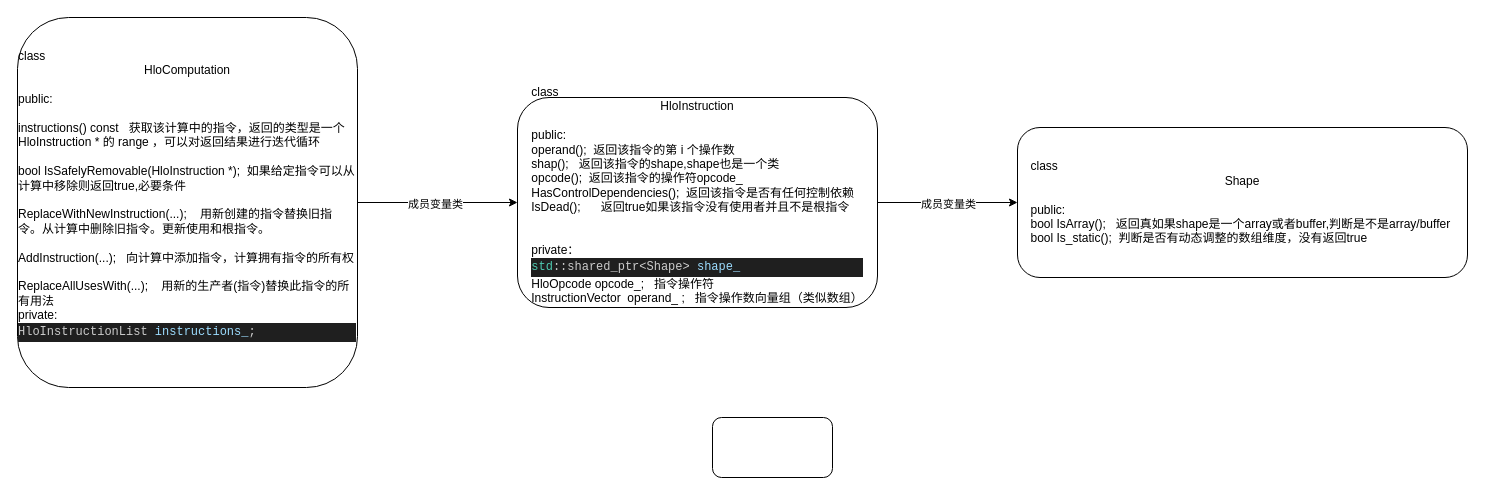
This is HloComputation类关系图.drawio from shijiandeliushi/xla, a draw.io file, before an edit. Source tidied: cells renumbered, new cells numbered last; positions are measured from the earlier drawing's top-left corner, leaving out a move shared by most shapes. Both pictures are drawn from the tidied source at 100%, with x=0, y=0 at pixel (17, 17).
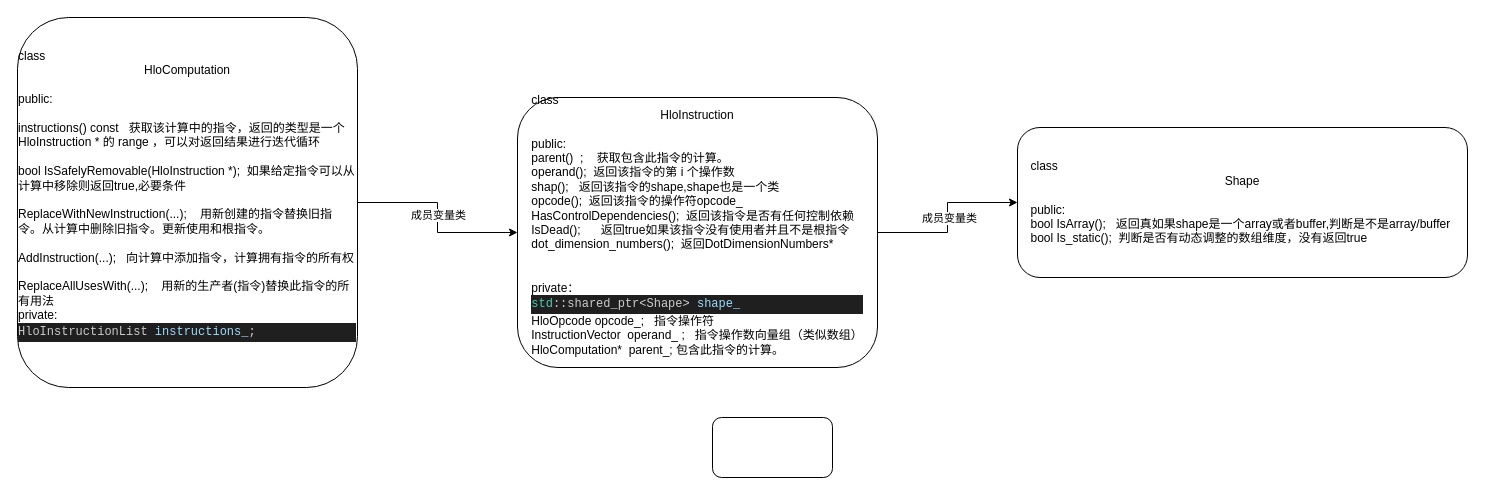
The same diagram, later.

What changed in the source:
```diff
@@
 <mxGraphModel>
   <root>
     <mxCell id="0" />
     <mxCell id="1" parent="0" />
     <mxCell id="2" style="edgeStyle=orthogonalEdgeStyle;rounded=0;jettySize=auto;html=1;entryX=0;entryY=0.5;entryDx=0;entryDy=0;" parent="1" edge="1" source="4" target="9">
       <mxGeometry relative="1" as="geometry" />
     </mxCell>
     <mxCell id="3" value="成员变量类" style="edgeLabel;html=1;align=center;verticalAlign=middle;" parent="2" vertex="1">
       <mxGeometry y="-1" relative="1" as="geometry" />
     </mxCell>
-    <mxCell id="4" value="&lt;div style=&quot;text-align: left;&quot;&gt;&lt;span style=&quot;background-color: transparent; color: light-dark(rgb(0, 0, 0), rgb(255, 255, 255));&quot;&gt;class&lt;/span&gt;&lt;/div&gt;&lt;div&gt;HloInstruction&lt;/div&gt;&lt;div&gt;&lt;br&gt;&lt;/div&gt;&lt;div style=&quot;text-align: left;&quot;&gt;public:&lt;/div&gt;&lt;div style=&quot;text-align: left;&quot;&gt;operand();&amp;nbsp; 返回该指令的第 i 个操作数&lt;/div&gt;&lt;div style=&quot;text-align: left;&quot;&gt;shap();&amp;nbsp; &amp;nbsp;返回该指令的shape,shape也是一个类&lt;/div&gt;&lt;div style=&quot;text-align: left;&quot;&gt;opcode();&amp;nbsp; 返回该指令的操作符opcode_&lt;/div&gt;&lt;div style=&quot;text-align: left;&quot;&gt;HasControlDependencies();&amp;nbsp; 返回该指令是否有任何控制依赖&lt;/div&gt;&lt;div style=&quot;text-align: left;&quot;&gt;IsDead();&amp;nbsp; &amp;nbsp; &amp;nbsp; 返回true如果该指令没有使用者并且不是根指令&lt;/div&gt;&lt;div style=&quot;text-align: left;&quot;&gt;&lt;br&gt;&lt;/div&gt;&lt;div style=&quot;text-align: left;&quot;&gt;&lt;br&gt;&lt;/div&gt;&lt;div style=&quot;text-align: left;&quot;&gt;private：&lt;/div&gt;&lt;div style=&quot;text-align: left;&quot;&gt;&lt;div style=&quot;color: rgb(204, 204, 204); background-color: rgb(31, 31, 31); font-family: &amp;quot;Droid Sans Mono&amp;quot;, monospace; line-height: 19px; white-space: pre;&quot;&gt;&lt;font style=&quot;font-size: 12px;&quot;&gt;&lt;span style=&quot;color: rgb(78, 201, 176);&quot;&gt;std&lt;/span&gt;::shared_ptr&lt;span style=&quot;color: rgb(212, 212, 212);&quot;&gt;&amp;lt;&lt;/span&gt;Shape&lt;span style=&quot;color: rgb(212, 212, 212);&quot;&gt;&amp;gt;&lt;/span&gt; &lt;span style=&quot;color: rgb(156, 220, 254);&quot;&gt;shape_&lt;/span&gt;&lt;/font&gt;&lt;/div&gt;&lt;/div&gt;&lt;div style=&quot;text-align: left;&quot;&gt;HloOpcode opcode_;&amp;nbsp; &amp;nbsp;指令操作符&lt;/div&gt;&lt;div style=&quot;text-align: left;&quot;&gt;InstructionVector&amp;nbsp; operand_ ;&amp;nbsp; &amp;nbsp;指令操作数向量组（类似数组）&lt;/div&gt;&lt;div style=&quot;text-align: left;&quot;&gt;&lt;br&gt;&lt;/div&gt;" style="rounded=1;whiteSpace=wrap;html=1;" parent="1" vertex="1">
-      <mxGeometry x="500" y="80" width="360" height="210" as="geometry" />
+    <mxCell id="4" value="&lt;div style=&quot;text-align: left;&quot;&gt;&lt;span style=&quot;background-color: transparent; color: light-dark(rgb(0, 0, 0), rgb(255, 255, 255));&quot;&gt;class&lt;/span&gt;&lt;/div&gt;&lt;div&gt;HloInstruction&lt;/div&gt;&lt;div&gt;&lt;br&gt;&lt;/div&gt;&lt;div style=&quot;text-align: left;&quot;&gt;public:&lt;/div&gt;&lt;div style=&quot;text-align: left;&quot;&gt;parent()&amp;nbsp; ;&amp;nbsp; &amp;nbsp;&amp;nbsp;&lt;span style=&quot;background-color: transparent; color: light-dark(rgb(0, 0, 0), rgb(255, 255, 255));&quot;&gt;获取包含此指令的计算。&lt;/span&gt;&lt;/div&gt;&lt;div style=&quot;text-align: left;&quot;&gt;operand();&amp;nbsp; 返回该指令的第 i 个操作数&lt;/div&gt;&lt;div style=&quot;text-align: left;&quot;&gt;shap();&amp;nbsp; &amp;nbsp;返回该指令的shape,shape也是一个类&lt;/div&gt;&lt;div style=&quot;text-align: left;&quot;&gt;opcode();&amp;nbsp; 返回该指令的操作符opcode_&lt;/div&gt;&lt;div style=&quot;text-align: left;&quot;&gt;HasControlDependencies();&amp;nbsp; 返回该指令是否有任何控制依赖&lt;/div&gt;&lt;div style=&quot;text-align: left;&quot;&gt;IsDead();&amp;nbsp; &amp;nbsp; &amp;nbsp; 返回true如果该指令没有使用者并且不是根指令&lt;/div&gt;&lt;div style=&quot;text-align: left;&quot;&gt;dot_dimension_numbers();&amp;nbsp; 返回DotDimensionNumbers*&lt;/div&gt;&lt;div style=&quot;text-align: left;&quot;&gt;&lt;br&gt;&lt;/div&gt;&lt;div style=&quot;text-align: left;&quot;&gt;&lt;br&gt;&lt;/div&gt;&lt;div style=&quot;text-align: left;&quot;&gt;private：&lt;/div&gt;&lt;div style=&quot;text-align: left;&quot;&gt;&lt;div style=&quot;color: rgb(204, 204, 204); background-color: rgb(31, 31, 31); font-family: &amp;quot;Droid Sans Mono&amp;quot;, monospace; line-height: 19px; white-space: pre;&quot;&gt;&lt;font style=&quot;font-size: 12px;&quot;&gt;&lt;span style=&quot;color: rgb(78, 201, 176);&quot;&gt;std&lt;/span&gt;::shared_ptr&lt;span style=&quot;color: rgb(212, 212, 212);&quot;&gt;&amp;lt;&lt;/span&gt;Shape&lt;span style=&quot;color: rgb(212, 212, 212);&quot;&gt;&amp;gt;&lt;/span&gt; &lt;span style=&quot;color: rgb(156, 220, 254);&quot;&gt;shape_&lt;/span&gt;&lt;/font&gt;&lt;/div&gt;&lt;/div&gt;&lt;div style=&quot;text-align: left;&quot;&gt;HloOpcode opcode_;&amp;nbsp; &amp;nbsp;指令操作符&lt;/div&gt;&lt;div style=&quot;text-align: left;&quot;&gt;InstructionVector&amp;nbsp; operand_ ;&amp;nbsp; &amp;nbsp;指令操作数向量组（类似数组）&lt;/div&gt;&lt;div style=&quot;text-align: left;&quot;&gt;HloComputation*&amp;nbsp; parent_;&amp;nbsp;包含此指令的计算。&lt;/div&gt;&lt;div style=&quot;text-align: left;&quot;&gt;&lt;br&gt;&lt;/div&gt;" style="rounded=1;whiteSpace=wrap;html=1;" parent="1" vertex="1">
+      <mxGeometry x="500" y="80" width="360" height="270" as="geometry" />
     </mxCell>
     <mxCell id="5" style="rounded=1;whiteSpace=wrap;html=1;" parent="1" vertex="1">
       <mxGeometry x="695" y="400" width="120" height="60" as="geometry" />
     </mxCell>
     <mxCell id="6" style="edgeStyle=orthogonalEdgeStyle;rounded=0;jettySize=auto;html=1;" parent="1" edge="1" source="8" target="4">
       <mxGeometry relative="1" as="geometry" />
     </mxCell>
     <mxCell id="7" value="成员变量类" style="edgeLabel;html=1;align=center;verticalAlign=middle;" parent="6" vertex="1">
       <mxGeometry x="-0.04" relative="1" as="geometry">
         <mxPoint y="1" as="offset" />
       </mxGeometry>
     </mxCell>
     <mxCell id="8" value="&lt;div style=&quot;text-align: left;&quot;&gt;&lt;span style=&quot;background-color: transparent; color: light-dark(rgb(0, 0, 0), rgb(255, 255, 255));&quot;&gt;class&lt;/span&gt;&lt;/div&gt;&lt;div&gt;HloComputation&lt;/div&gt;&lt;div&gt;&lt;br&gt;&lt;/div&gt;&lt;div style=&quot;text-align: left;&quot;&gt;public:&lt;/div&gt;&lt;div style=&quot;text-align: left;&quot;&gt;&lt;br&gt;&lt;/div&gt;&lt;div style=&quot;text-align: left;&quot;&gt;instructions() const&amp;nbsp; &amp;nbsp;获取该计算中的指令，返回的类型是一个&lt;/div&gt;&lt;div style=&quot;text-align: left;&quot;&gt;HloInstruction * 的 range ，可以对返回结果进行迭代循环&lt;/div&gt;&lt;div style=&quot;text-align: left;&quot;&gt;&lt;br&gt;&lt;/div&gt;&lt;div style=&quot;text-align: left;&quot;&gt;bool IsSafelyRemovable(HloInstruction *);&amp;nbsp; 如果给定指令可以从计算中移除则返回true,必要条件&lt;/div&gt;&lt;div style=&quot;text-align: left;&quot;&gt;&lt;br&gt;&lt;/div&gt;&lt;div style=&quot;text-align: left;&quot;&gt;ReplaceWithNewInstruction(...);&amp;nbsp; &amp;nbsp; 用新创建的指令替换旧指令。从计算中删除旧指令。更新使用和根指令。&lt;/div&gt;&lt;div style=&quot;text-align: left;&quot;&gt;&lt;br&gt;&lt;/div&gt;&lt;div style=&quot;text-align: left;&quot;&gt;AddInstruction(...);&amp;nbsp; &amp;nbsp;向计算中添加指令，计算拥有指令的所有权&lt;/div&gt;&lt;div style=&quot;text-align: left;&quot;&gt;&lt;br&gt;&lt;/div&gt;&lt;div style=&quot;text-align: left;&quot;&gt;ReplaceAllUsesWith(...);&amp;nbsp; &amp;nbsp; 用新的生产者(指令)替换此指令的所有用法&lt;/div&gt;&lt;div style=&quot;text-align: left;&quot;&gt;private:&lt;/div&gt;&lt;div style=&quot;text-align: left;&quot;&gt;&lt;div style=&quot;color: rgb(204, 204, 204); background-color: rgb(31, 31, 31); font-family: &amp;quot;Droid Sans Mono&amp;quot;, monospace; line-height: 19px; white-space: pre;&quot;&gt;&lt;font style=&quot;font-size: 12px;&quot;&gt;HloInstructionList &lt;span style=&quot;color: rgb(156, 220, 254);&quot;&gt;instructions_&lt;/span&gt;;&lt;/font&gt;&lt;/div&gt;&lt;/div&gt;&lt;div style=&quot;text-align: left;&quot;&gt;&amp;nbsp;&lt;/div&gt;" style="rounded=1;whiteSpace=wrap;html=1;" parent="1" vertex="1">
       <mxGeometry width="340" height="370" as="geometry" />
     </mxCell>
     <mxCell id="9" value="&lt;div style=&quot;text-align: left;&quot;&gt;&lt;span style=&quot;background-color: transparent; color: light-dark(rgb(0, 0, 0), rgb(255, 255, 255));&quot;&gt;class&lt;/span&gt;&lt;/div&gt;&lt;div&gt;Shape&lt;/div&gt;&lt;div&gt;&lt;br&gt;&lt;/div&gt;&lt;div style=&quot;text-align: left;&quot;&gt;public:&lt;/div&gt;&lt;div style=&quot;text-align: left;&quot;&gt;bool IsArray();&amp;nbsp; &amp;nbsp;返回真如果shape是一个array或者buffer,判断是不是array/buffer&amp;nbsp;&lt;/div&gt;&lt;div style=&quot;text-align: left;&quot;&gt;bool Is_static();&amp;nbsp; 判断是否有动态调整的数组维度，没有返回true&lt;/div&gt;" style="rounded=1;whiteSpace=wrap;html=1;" parent="1" vertex="1">
       <mxGeometry x="1000" y="110" width="450" height="150" as="geometry" />
     </mxCell>
   </root>
 </mxGraphModel>
```
